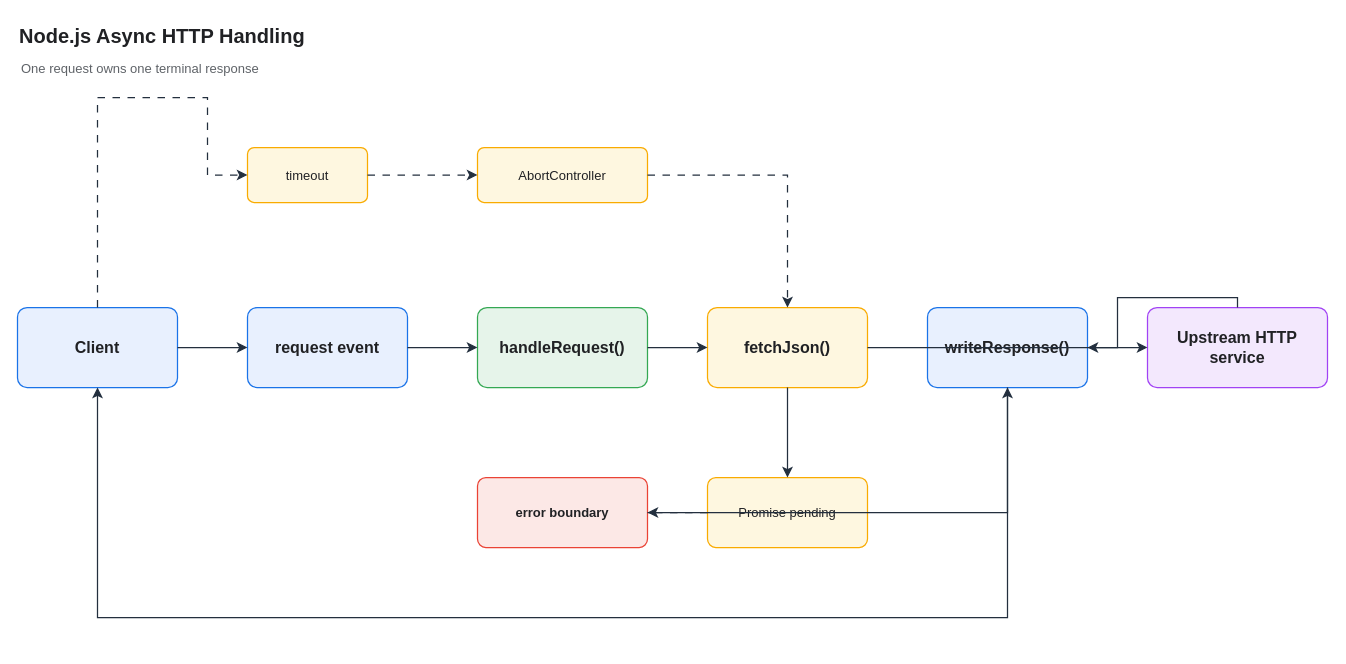
This is assets/img/nodejs/node-async-http-handling-flow.drawio from KKamJi98/kkamji98.github.io, a draw.io file, before an edit. Source tidied: cells renumbered, new cells numbered last; positions are measured from the earlier drawing's top-left corner, leaving out a move shared by most shapes. Both pictures are drawn from the tidied source at 100%, with x=0, y=0 at pixel (17, 17).
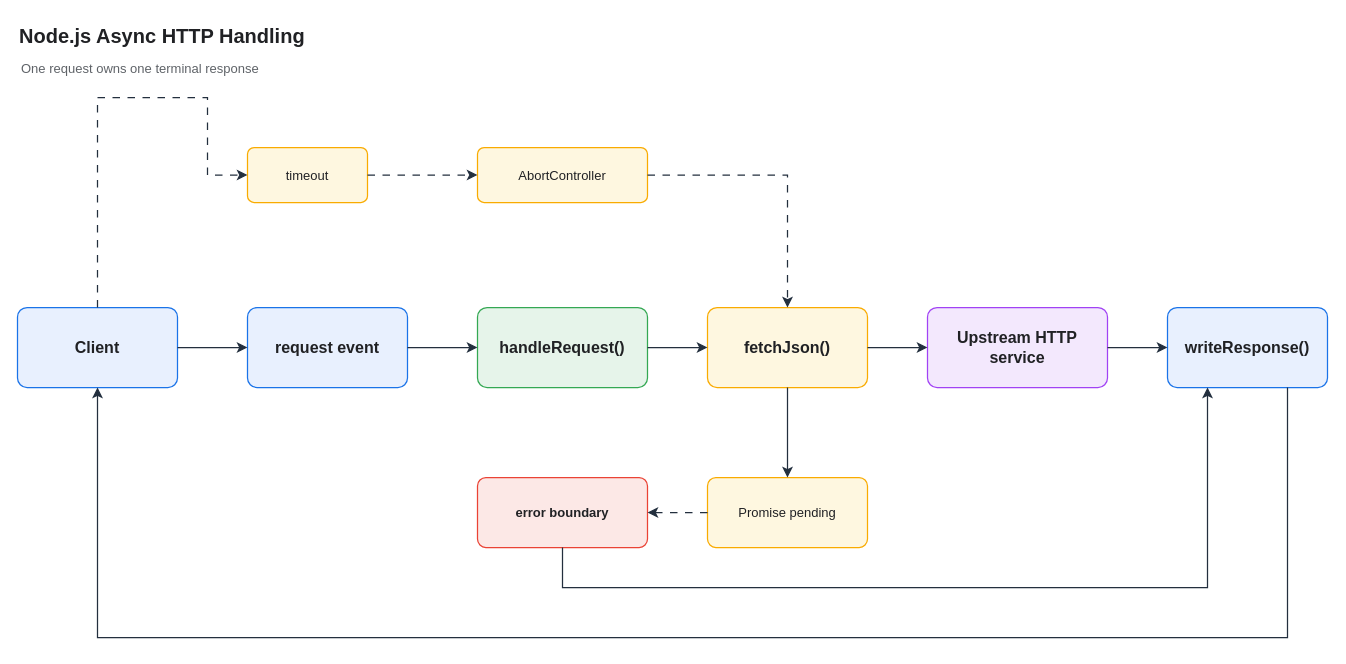
After the change.

Commit message (it also covers changes not shown here):
fix(diagrams): reorder the Node async boxes so no edge crosses another

The change refers to these unchanged cells:
```xml
<mxCell id="4" value="Client" style="rounded=1;whiteSpace=wrap;html=0;fillColor=#E8F0FE;strokeColor=#1A73E8;strokeWidth=1.25;fontColor=#202124;fontSize=16;fontStyle=1;arcSize=12;" parent="1" vertex="1">
  <mxGeometry y="290" width="160" height="80" as="geometry" />
</mxCell>
<mxCell id="10" value="error boundary" style="rounded=1;whiteSpace=wrap;html=0;fillColor=#FCE8E6;strokeColor=#EA4335;strokeWidth=1.25;fontColor=#202124;fontSize=13;fontStyle=1;arcSize=12;" parent="1" vertex="1">
  <mxGeometry x="460" y="460" width="170" height="70" as="geometry" />
</mxCell>
```

What changed in the source:
```diff
@@
     <mxCell id="8" value="writeResponse()" style="rounded=1;whiteSpace=wrap;html=0;fillColor=#E8F0FE;strokeColor=#1A73E8;strokeWidth=1.25;fontColor=#202124;fontSize=16;fontStyle=1;arcSize=12;" parent="1" vertex="1">
-      <mxGeometry x="910" y="290" width="160" height="80" as="geometry" />
+      <mxGeometry x="1150" y="290" width="160" height="80" as="geometry" />
     </mxCell>
     <mxCell id="9" value="Upstream HTTP service" style="rounded=1;whiteSpace=wrap;html=0;fillColor=#F3E8FD;strokeColor=#A142F4;strokeWidth=1.25;fontColor=#202124;fontSize=16;fontStyle=1;arcSize=12;" parent="1" vertex="1">
-      <mxGeometry x="1130" y="290" width="180" height="80" as="geometry" />
+      <mxGeometry x="910" y="290" width="180" height="80" as="geometry" />
     </mxCell>
@@
-    <mxCell id="18" style="edgeStyle=orthogonalEdgeStyle;rounded=0;html=0;strokeColor=#232F3E;strokeWidth=1.25;endArrow=classic;endFill=1;endSize=7;fontColor=#202124;fontSize=11;labelBackgroundColor=none;exitX=0.5;exitY=0;exitPerimeter=1;entryX=1;entryY=0.5;entryPerimeter=1;" parent="1" edge="1" source="9" target="8">
+    <mxCell id="18" style="edgeStyle=orthogonalEdgeStyle;rounded=0;html=0;strokeColor=#232F3E;strokeWidth=1.25;endArrow=classic;endFill=1;endSize=7;fontColor=#202124;fontSize=11;labelBackgroundColor=none;exitX=1;exitY=0.5;exitPerimeter=1;entryX=0;entryY=0.5;entryPerimeter=1;" parent="1" edge="1" source="9" target="8">
       <mxGeometry relative="1" as="geometry" />
     </mxCell>
-    <mxCell id="19" style="edgeStyle=orthogonalEdgeStyle;rounded=0;html=0;strokeColor=#232F3E;strokeWidth=1.25;endArrow=classic;endFill=1;endSize=7;fontColor=#202124;fontSize=11;labelBackgroundColor=none;exitX=0.5;exitY=1;exitPerimeter=1;entryX=0.5;entryY=1;entryPerimeter=1;" parent="1" edge="1" source="8" target="4">
+    <mxCell id="19" style="edgeStyle=orthogonalEdgeStyle;rounded=0;html=0;strokeColor=#232F3E;strokeWidth=1.25;endArrow=classic;endFill=1;endSize=7;fontColor=#202124;fontSize=11;labelBackgroundColor=none;exitX=0.75;exitY=1;exitPerimeter=1;entryX=0.5;entryY=1;entryPerimeter=1;" parent="1" edge="1" source="8" target="4">
       <mxGeometry relative="1" as="geometry">
         <Array as="points">
-          <mxPoint x="990" y="600" />
-          <mxPoint x="80" y="600" />
+          <mxPoint x="1270" y="620" />
+          <mxPoint x="80" y="620" />
         </Array>
       </mxGeometry>
     </mxCell>
@@
-    <mxCell id="22" style="edgeStyle=orthogonalEdgeStyle;rounded=0;html=0;strokeColor=#232F3E;strokeWidth=1.25;endArrow=classic;endFill=1;endSize=7;fontColor=#202124;fontSize=11;labelBackgroundColor=none;exitX=1;exitY=0.5;exitPerimeter=1;entryX=0.5;entryY=1;entryPerimeter=1;" parent="1" edge="1" source="10" target="8">
+    <mxCell id="22" style="edgeStyle=orthogonalEdgeStyle;rounded=0;html=0;strokeColor=#232F3E;strokeWidth=1.25;endArrow=classic;endFill=1;endSize=7;fontColor=#202124;fontSize=11;labelBackgroundColor=none;exitX=0.5;exitY=1;exitPerimeter=1;entryX=0.25;entryY=1;entryPerimeter=1;" parent="1" edge="1" source="10" target="8">
       <mxGeometry relative="1" as="geometry">
         <Array as="points">
-          <mxPoint x="840" y="495" />
-          <mxPoint x="990" y="495" />
+          <mxPoint x="545" y="570" />
+          <mxPoint x="1190" y="570" />
         </Array>
       </mxGeometry>
     </mxCell>
```
